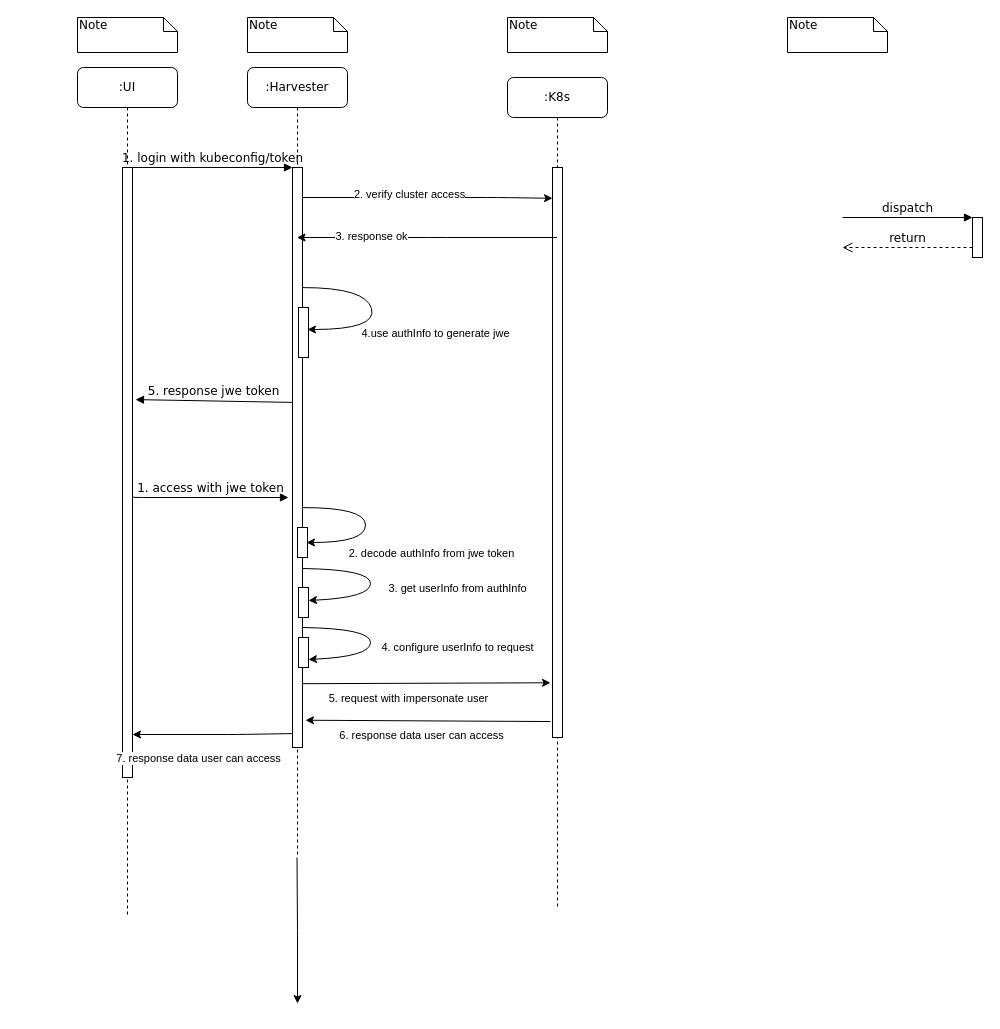
Earlier version of the draw.io diagram harvester-auth.drawio (aiwantaozi/draw). Source tidied: cells renumbered, new cells numbered last; positions are measured from the earlier drawing's top-left corner, leaving out a move shared by most shapes. Both pictures are drawn from the tidied source at 100%, with x=0, y=0 at pixel (77, 17).
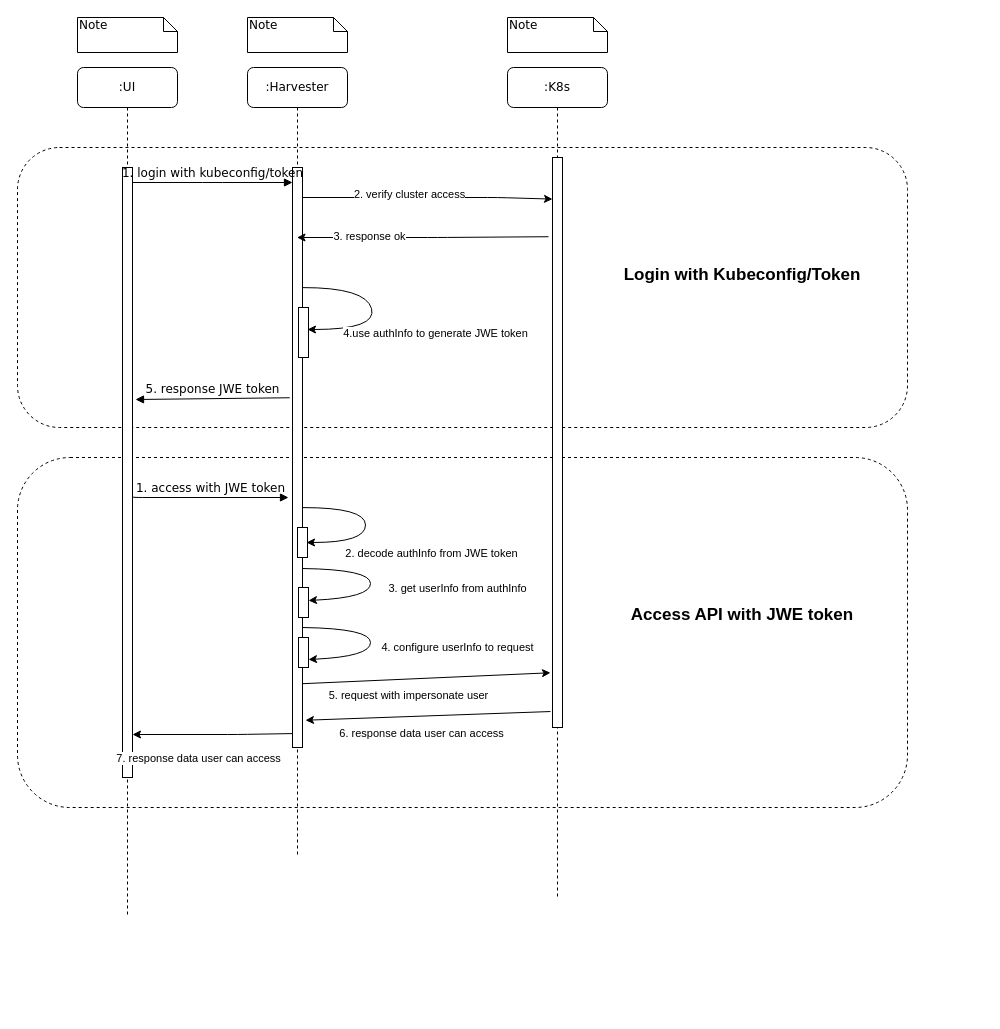
After the change.

Unchanged cells that the change refers to:
```xml
<mxCell id="3" value=":Harvester" style="shape=umlLifeline;perimeter=lifelinePerimeter;whiteSpace=wrap;html=1;outlineConnect=0;rounded=1;shadow=0;comic=0;labelBackgroundColor=none;strokeWidth=1;fontFamily=Verdana;fontSize=12;align=center;" parent="1" vertex="1">
  <mxGeometry x="170" y="50" width="100" height="790" as="geometry" />
</mxCell>
<mxCell id="4" style="html=1;points=[];perimeter=orthogonalPerimeter;rounded=0;shadow=0;comic=0;labelBackgroundColor=none;strokeWidth=1;fontFamily=Verdana;fontSize=12;align=center;" parent="3" vertex="1">
  <mxGeometry x="45" y="100" width="10" height="580" as="geometry" />
</mxCell>
<mxCell id="9" style="html=1;points=[];perimeter=orthogonalPerimeter;rounded=0;shadow=0;comic=0;labelBackgroundColor=none;strokeWidth=1;fontFamily=Verdana;fontSize=12;align=center;" parent="8" vertex="1">
  <mxGeometry x="45" y="90" width="10" height="570" as="geometry" />
</mxCell>
<mxCell id="11" style="html=1;points=[];perimeter=orthogonalPerimeter;rounded=0;shadow=0;comic=0;labelBackgroundColor=none;strokeWidth=1;fontFamily=Verdana;fontSize=12;align=center;" parent="10" vertex="1">
  <mxGeometry x="45" y="100" width="10" height="610" as="geometry" />
</mxCell>
<mxCell id="25" style="curved=1;endArrow=classic;html=1;exitX=1.2;exitY=0.095;exitDx=0;exitDy=0;exitPerimeter=0;entryX=1.1;entryY=0.217;entryDx=0;entryDy=0;entryPerimeter=0;" parent="1" edge="1">
  <mxGeometry relative="1" as="geometry">
    <mxPoint x="225" y="270.1" as="sourcePoint" />
    <mxPoint x="230" y="312" as="targetPoint" />
    <Array as="points">
      <mxPoint x="288" y="270" />
      <mxPoint x="300" y="312" />
    </Array>
  </mxGeometry>
</mxCell>
<mxCell id="29" style="curved=1;endArrow=classic;html=1;exitX=1.2;exitY=0.095;exitDx=0;exitDy=0;exitPerimeter=0;entryX=0.9;entryY=0.5;entryDx=0;entryDy=0;entryPerimeter=0;" parent="1" edge="1" target="28">
  <mxGeometry relative="1" as="geometry">
    <mxPoint x="225" y="490.1" as="sourcePoint" />
    <Array as="points">
      <mxPoint x="288" y="490" />
      <mxPoint x="288" y="525" />
    </Array>
  </mxGeometry>
</mxCell>
```

The edit, as a diff of the source:
```diff
@@
-    <mxCell id="2" style="edgeStyle=orthogonalEdgeStyle;rounded=0;jettySize=auto;html=1;" parent="1" edge="1" source="3">
-      <mxGeometry relative="1" as="geometry">
-        <mxPoint x="220" y="986" as="targetPoint" />
-      </mxGeometry>
-    </mxCell>
+    <mxCell id="41" style="rounded=1;whiteSpace=wrap;html=1;dashed=1;" parent="1" vertex="1">
+      <mxGeometry x="-60" y="130" width="890" height="280" as="geometry" />
+    </mxCell>
+    <mxCell id="42" style="rounded=1;whiteSpace=wrap;html=1;dashed=1;" parent="1" vertex="1">
+      <mxGeometry x="-60" y="440" width="890" height="350" as="geometry" />
+    </mxCell>
@@
     <mxCell id="8" value=":K8s" style="shape=umlLifeline;perimeter=lifelinePerimeter;whiteSpace=wrap;html=1;outlineConnect=0;rounded=1;shadow=0;comic=0;labelBackgroundColor=none;strokeWidth=1;fontFamily=Verdana;fontSize=12;align=center;" parent="1" vertex="1">
-      <mxGeometry x="430" y="60" width="100" height="830" as="geometry" />
+      <mxGeometry x="430" y="50" width="100" height="830" as="geometry" />
     </mxCell>
@@
-    <mxCell id="12" style="html=1;points=[];perimeter=orthogonalPerimeter;rounded=0;shadow=0;comic=0;labelBackgroundColor=none;strokeWidth=1;fontFamily=Verdana;fontSize=12;align=center;" parent="1" vertex="1">
-      <mxGeometry x="895" y="200" width="10" height="40" as="geometry" />
-    </mxCell>
-    <mxCell id="13" value="dispatch" style="html=1;verticalAlign=bottom;endArrow=block;entryX=0;entryY=0;labelBackgroundColor=none;fontFamily=Verdana;fontSize=12;edgeStyle=elbowEdgeStyle;elbow=vertical;" parent="1" edge="1" target="12">
-      <mxGeometry relative="1" as="geometry">
-        <mxPoint x="765" y="200" as="sourcePoint" />
-      </mxGeometry>
-    </mxCell>
-    <mxCell id="14" value="return" style="html=1;verticalAlign=bottom;endArrow=open;dashed=1;endSize=8;labelBackgroundColor=none;fontFamily=Verdana;fontSize=12;edgeStyle=elbowEdgeStyle;elbow=vertical;" parent="1" edge="1" source="12">
-      <mxGeometry relative="1" as="geometry">
-        <mxPoint x="765" y="230" as="targetPoint" />
-        <Array as="points">
-          <mxPoint x="840" y="230" />
-          <mxPoint x="870" y="230" />
-        </Array>
-      </mxGeometry>
-    </mxCell>
-    <mxCell id="15" value="5. response jwe token" style="html=1;verticalAlign=bottom;endArrow=block;labelBackgroundColor=none;fontFamily=Verdana;fontSize=12;entryX=1.3;entryY=0.53;entryDx=0;entryDy=0;entryPerimeter=0;exitX=0;exitY=0.405;exitDx=0;exitDy=0;exitPerimeter=0;" parent="1" edge="1" source="4">
+    <mxCell id="15" value="5. response JWE token" style="html=1;verticalAlign=bottom;endArrow=block;labelBackgroundColor=none;fontFamily=Verdana;fontSize=12;exitX=-0.278;exitY=0.397;exitDx=0;exitDy=0;exitPerimeter=0;" parent="1" edge="1" source="4">
       <mxGeometry relative="1" as="geometry">
-        <mxPoint x="58" y="382.1" as="targetPoint" />
+        <mxPoint x="58" y="382" as="targetPoint" />
       </mxGeometry>
     </mxCell>
-    <mxCell id="16" value="1. login with kubeconfig/token" style="html=1;verticalAlign=bottom;endArrow=block;entryX=0;entryY=0;labelBackgroundColor=none;fontFamily=Verdana;fontSize=12;edgeStyle=elbowEdgeStyle;elbow=vertical;" parent="1" edge="1" source="11" target="4">
-      <mxGeometry relative="1" as="geometry" />
+    <mxCell id="16" value="1. login with kubeconfig/token" style="html=1;verticalAlign=bottom;endArrow=block;entryX=0;entryY=0;labelBackgroundColor=none;fontFamily=Verdana;fontSize=12;edgeStyle=elbowEdgeStyle;elbow=vertical;" parent="1" edge="1">
+      <mxGeometry relative="1" as="geometry">
+        <mxPoint x="55" y="165" as="sourcePoint" />
+        <mxPoint x="215" y="165" as="targetPoint" />
+      </mxGeometry>
     </mxCell>
@@
-    <mxCell id="20" value="Note" style="shape=note;whiteSpace=wrap;html=1;size=14;verticalAlign=top;align=left;spacingTop=-6;rounded=0;shadow=0;comic=0;labelBackgroundColor=none;strokeWidth=1;fontFamily=Verdana;fontSize=12;" parent="1" vertex="1">
-      <mxGeometry x="710" width="100" height="35" as="geometry" />
-    </mxCell>
-    <mxCell id="21" style="endArrow=classic;html=1;entryX=0;entryY=0.054;entryDx=0;entryDy=0;entryPerimeter=0;" parent="1" edge="1" source="4" target="9">
+    <mxCell id="21" style="endArrow=classic;html=1;entryX=0;entryY=0.073;entryDx=0;entryDy=0;entryPerimeter=0;" parent="1" edge="1" source="4" target="9">
       <mxGeometry relative="1" as="geometry">
         <Array as="points">
           <mxPoint x="420" y="180" />
         </Array>
       </mxGeometry>
     </mxCell>
@@
-    <mxCell id="23" style="endArrow=classic;html=1;" parent="1" edge="1" source="8" target="3">
+    <mxCell id="23" style="endArrow=classic;html=1;exitX=-0.4;exitY=0.139;exitDx=0;exitDy=0;exitPerimeter=0;" parent="1" edge="1" source="9" target="3">
       <mxGeometry relative="1" as="geometry">
         <Array as="points">
           <mxPoint x="360" y="220" />
         </Array>
       </mxGeometry>
     </mxCell>
@@
-    <mxCell id="26" value="4.use authInfo to generate jwe" style="edgeLabel;html=1;align=center;verticalAlign=middle;" parent="25" vertex="1">
+    <mxCell id="26" value="4.use authInfo to generate JWE token" style="edgeLabel;html=1;align=center;verticalAlign=middle;" parent="25" vertex="1">
       <mxGeometry x="-0.65" y="-1" relative="1" as="geometry">
         <mxPoint x="101" y="44.8" as="offset" />
       </mxGeometry>
     </mxCell>
-    <mxCell id="27" value="1. access with jwe token" style="html=1;verticalAlign=bottom;endArrow=block;labelBackgroundColor=none;fontFamily=Verdana;fontSize=12;edgeStyle=elbowEdgeStyle;elbow=vertical;entryX=-0.4;entryY=0.584;entryDx=0;entryDy=0;entryPerimeter=0;exitX=1;exitY=0.539;exitDx=0;exitDy=0;exitPerimeter=0;" parent="1" edge="1" source="11">
+    <mxCell id="27" value="1. access with JWE token" style="html=1;verticalAlign=bottom;endArrow=block;labelBackgroundColor=none;fontFamily=Verdana;fontSize=12;edgeStyle=elbowEdgeStyle;elbow=vertical;entryX=-0.4;entryY=0.584;entryDx=0;entryDy=0;entryPerimeter=0;exitX=1;exitY=0.539;exitDx=0;exitDy=0;exitPerimeter=0;" parent="1" edge="1" source="11">
       <mxGeometry relative="1" as="geometry">
         <mxPoint x="211" y="479.9" as="targetPoint" />
         <Array as="points">
           <mxPoint x="130" y="480" />
         </Array>
       </mxGeometry>
     </mxCell>
@@
-    <mxCell id="30" value="2. decode authInfo from jwe token" style="edgeLabel;html=1;align=center;verticalAlign=middle;" parent="29" vertex="1">
+    <mxCell id="30" value="2. decode authInfo from JWE token" style="edgeLabel;html=1;align=center;verticalAlign=middle;" parent="29" vertex="1">
       <mxGeometry x="-0.65" y="-1" relative="1" as="geometry">
         <mxPoint x="101" y="44.8" as="offset" />
       </mxGeometry>
     </mxCell>
@@
+    <mxCell id="43" value="&lt;b&gt;&lt;font style=&quot;font-size: 17px&quot;&gt;Access API with JWE token&lt;/font&gt;&lt;/b&gt;" style="text;html=1;strokeColor=none;fillColor=none;align=center;verticalAlign=middle;whiteSpace=wrap;rounded=0;strokeWidth=2;" parent="1" vertex="1">
+      <mxGeometry x="540" y="570" width="250" height="55" as="geometry" />
+    </mxCell>
+    <mxCell id="44" value="&lt;b&gt;&lt;font style=&quot;font-size: 17px&quot;&gt;Login with Kubeconfig/Token&lt;/font&gt;&lt;/b&gt;" style="text;html=1;strokeColor=none;fillColor=none;align=center;verticalAlign=middle;whiteSpace=wrap;rounded=0;strokeWidth=2;" parent="1" vertex="1">
+      <mxGeometry x="540" y="230" width="250" height="55" as="geometry" />
+    </mxCell>
```
